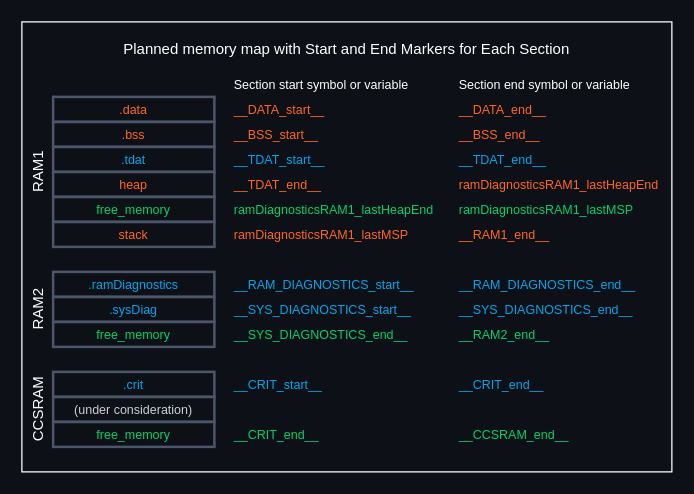
The draw.io diagram Media/STM32G473_RAM_MAP.drawio in alan-kudelko/TrinityTrack6000, before the edit. Source tidied: cells renumbered, new cells numbered last; positions are measured from the earlier drawing's top-left corner, leaving out a move shared by most shapes. Both pictures are drawn from the tidied source at 125%, with x=0, y=0 at pixel (-38, 21).
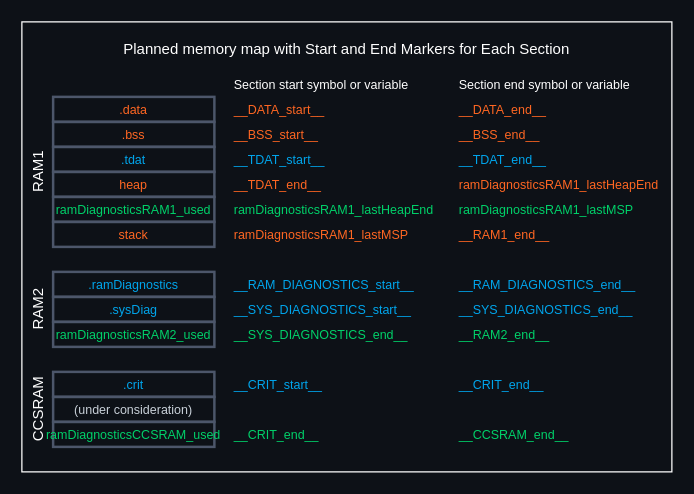
After the change.

The edit, as a diff of the source:
```diff
@@
-    <mxCell id="11" value="free_memory" style="rounded=0;whiteSpace=wrap;html=1;fontSize=10;align=center;glass=0;shadow=0;strokeWidth=2;perimeterSpacing=0;strokeColor=#4C566A;fillColor=none;fontColor=#00D26A;verticalAlign=middle;spacingLeft=0;spacingTop=0;fontFamily=Helvetica;" parent="1" vertex="1">
+    <mxCell id="11" value="ramDiagnosticsRAM1_used" style="rounded=0;whiteSpace=wrap;html=1;fontSize=10;align=center;glass=0;shadow=0;strokeWidth=2;perimeterSpacing=0;strokeColor=#4C566A;fillColor=none;fontColor=#00D26A;verticalAlign=middle;spacingLeft=0;spacingTop=0;fontFamily=Helvetica;" parent="1" vertex="1">
       <mxGeometry x="72" y="140" width="129" height="20" as="geometry" />
     </mxCell>
@@
-    <mxCell id="17" value="free_memory" style="rounded=0;whiteSpace=wrap;html=1;fontSize=10;align=center;glass=0;shadow=0;strokeWidth=2;perimeterSpacing=0;strokeColor=#4C566A;fillColor=none;fontColor=#00D26A;verticalAlign=middle;spacingLeft=0;spacingTop=0;fontFamily=Helvetica;" parent="1" vertex="1">
+    <mxCell id="17" value="ramDiagnosticsRAM2_used" style="rounded=0;whiteSpace=wrap;html=1;fontSize=10;align=center;glass=0;shadow=0;strokeWidth=2;perimeterSpacing=0;strokeColor=#4C566A;fillColor=none;fontColor=#00D26A;verticalAlign=middle;spacingLeft=0;spacingTop=0;fontFamily=Helvetica;" parent="1" vertex="1">
       <mxGeometry x="72" y="240" width="129" height="20" as="geometry" />
     </mxCell>
-    <mxCell id="18" value="free_memory" style="rounded=0;whiteSpace=wrap;html=1;fontSize=10;align=center;glass=0;shadow=0;strokeWidth=2;perimeterSpacing=0;strokeColor=#4C566A;fillColor=none;fontColor=#00D26A;verticalAlign=middle;spacingLeft=0;spacingTop=0;fontFamily=Helvetica;" parent="1" vertex="1">
+    <mxCell id="18" value="ramDiagnosticsCCSRAM_used" style="rounded=0;whiteSpace=wrap;html=1;fontSize=10;align=center;glass=0;shadow=0;strokeWidth=2;perimeterSpacing=0;strokeColor=#4C566A;fillColor=none;fontColor=#00D26A;verticalAlign=middle;spacingLeft=0;spacingTop=0;fontFamily=Helvetica;" parent="1" vertex="1">
       <mxGeometry x="72" y="320" width="129" height="20" as="geometry" />
     </mxCell>
```
